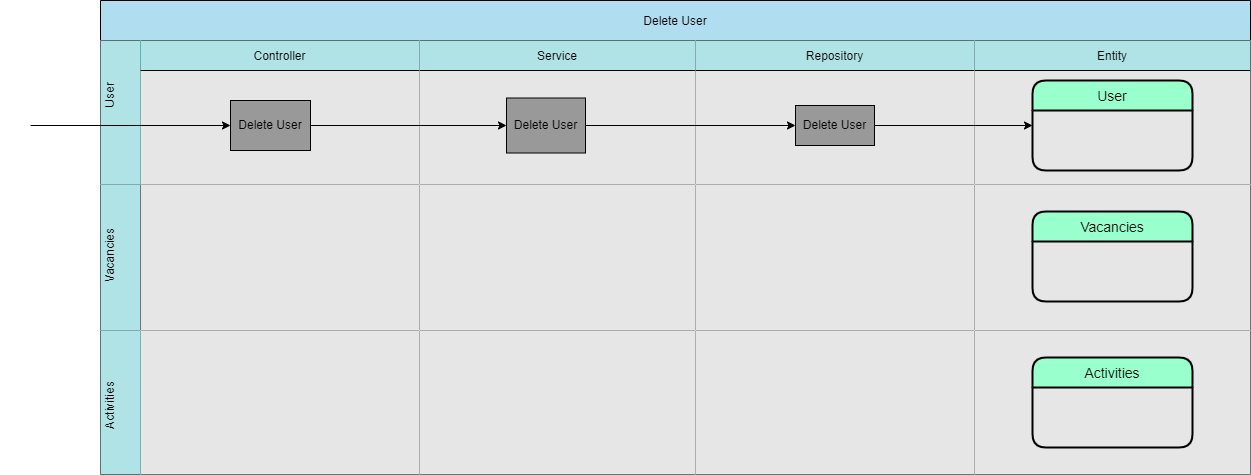
The draw.io diagram documents/asd/VAC-ASD-Delete-User-AS-v1.png in AaronSaya/educom-symfony-1690191754, before a commit. Source tidied: cells renumbered, new cells last; positions are measured from the earlier drawing's top-left corner, leaving out a move shared by most shapes.
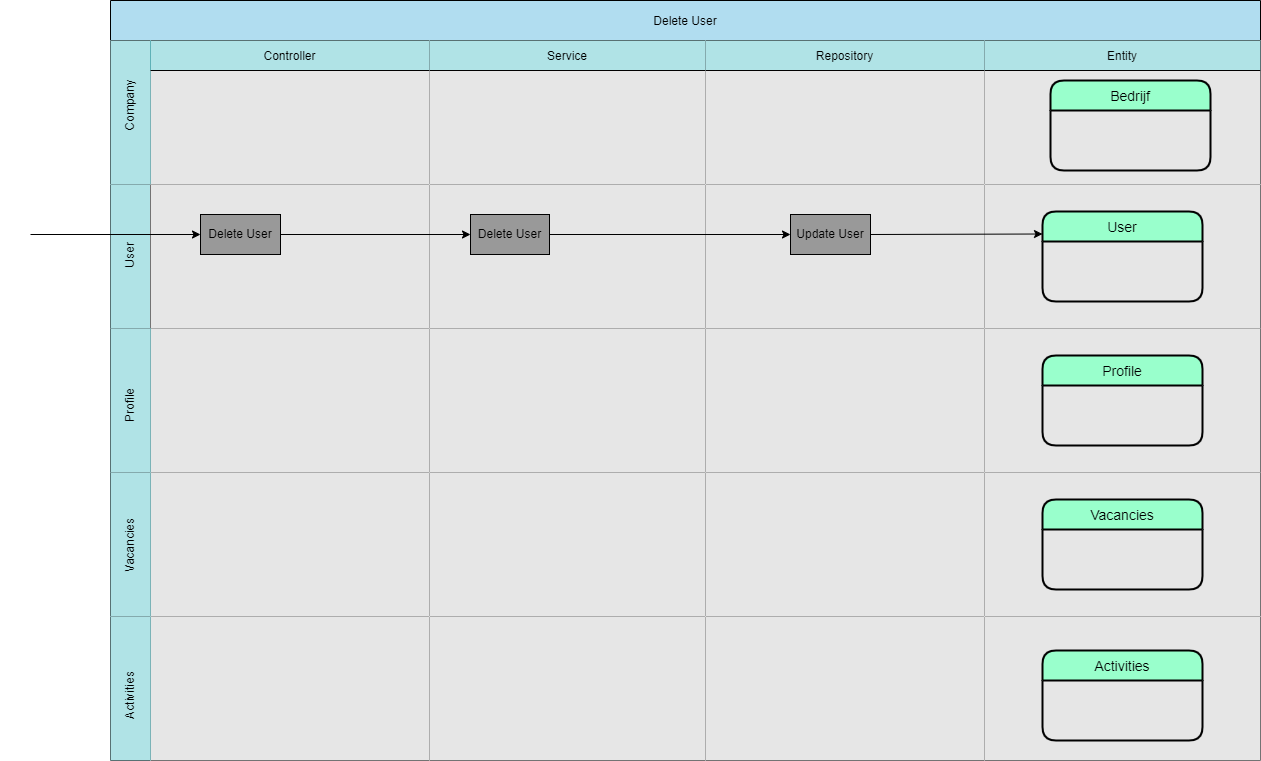
After the change.

What changed in the source:
```diff
@@ -3,7 +3,7 @@
     <mxCell id="0" />
     <mxCell id="1" parent="0" />
     <mxCell id="2" value="Delete User" style="shape=table;startSize=40;fillColor=#b1ddf0;strokeColor=#000000;fontColor=#000000;" parent="1" vertex="1">
-      <mxGeometry x="100" width="1150" height="474" as="geometry" />
+      <mxGeometry x="90" width="1150" height="760" as="geometry" />
     </mxCell>
     <mxCell id="3" style="shape=tableRow;horizontal=0;swimlaneHead=0;swimlaneBody=0;top=0;left=0;bottom=0;right=0;fontStyle=0;fillColor=#b0e3e6;startSize=40;strokeColor=#0e8088;fontColor=#000000;" parent="2" vertex="1">
       <mxGeometry y="40" width="1150" height="144" as="geometry" />
@@ -11,86 +11,128 @@
     <mxCell id="4" value="Controller" style="swimlane;swimlaneHead=0;swimlaneBody=0;fontStyle=0;fillColor=#b0e3e6;startSize=30;strokeColor=#000000;fontColor=#000000;swimlaneFillColor=#E6E6E6;" parent="3" vertex="1">
       <mxGeometry x="40" width="279" height="144" as="geometry" />
     </mxCell>
-    <mxCell id="5" value="&lt;span style=&quot;&quot;&gt;Delete&amp;nbsp;&lt;/span&gt;User" style="whiteSpace=wrap;html=1;fillColor=#999999;fillStyle=auto;fontColor=#000000;" parent="4" vertex="1">
-      <mxGeometry x="90" y="60" width="80" height="50" as="geometry" />
-    </mxCell>
     <mxCell id="6" value="Service" style="swimlane;swimlaneHead=0;swimlaneBody=0;fontStyle=0;fillColor=#b0e3e6;startSize=30;strokeColor=#000000;fontColor=#000000;swimlaneFillColor=#E6E6E6;" parent="3" vertex="1">
       <mxGeometry x="319" width="276" height="144" as="geometry" />
     </mxCell>
-    <mxCell id="7" value="&lt;span style=&quot;&quot;&gt;Delete&amp;nbsp;&lt;/span&gt;User" style="whiteSpace=wrap;html=1;fillColor=#999999;fontColor=#000000;" parent="6" vertex="1">
-      <mxGeometry x="87" y="57.5" width="79" height="55" as="geometry" />
-    </mxCell>
     <mxCell id="8" value="Repository" style="swimlane;swimlaneHead=0;swimlaneBody=0;fontStyle=0;fillColor=#b0e3e6;startSize=30;strokeColor=#000000;fontColor=#000000;swimlaneFillColor=#E6E6E6;" parent="3" vertex="1">
       <mxGeometry x="595" width="279" height="144" as="geometry" />
     </mxCell>
-    <mxCell id="9" value="&lt;span style=&quot;&quot;&gt;Delete&amp;nbsp;&lt;/span&gt;User" style="whiteSpace=wrap;html=1;fillColor=#999999;fontColor=#000000;" parent="8" vertex="1">
-      <mxGeometry x="100" y="65" width="79" height="40" as="geometry" />
-    </mxCell>
     <mxCell id="10" value="Entity" style="swimlane;swimlaneHead=0;swimlaneBody=0;fontStyle=0;fillColor=#b0e3e6;startSize=30;strokeColor=#000000;fontColor=#000000;swimlaneFillColor=#E6E6E6;" parent="3" vertex="1">
       <mxGeometry x="874" width="276" height="144" as="geometry" />
     </mxCell>
+    <mxCell id="32" value="Bedrijf" style="swimlane;horizontal=1;startSize=30;rounded=1;fontSize=14;fontStyle=0;strokeWidth=2;shadow=0;dashed=0;align=center;fillColor=#99FFCC;strokeColor=#000000;fontColor=#000000;" parent="10" vertex="1">
+      <mxGeometry x="66" y="40" width="160" height="90" as="geometry" />
+    </mxCell>
+    <mxCell id="33" style="shape=tableRow;horizontal=0;swimlaneHead=0;swimlaneBody=0;top=0;left=0;bottom=0;right=0;fontStyle=0;fillColor=#b0e3e6;startSize=40;strokeColor=#000000;" parent="2" vertex="1">
+      <mxGeometry y="184" width="1150" height="144" as="geometry" />
+    </mxCell>
+    <mxCell id="34" style="swimlane;swimlaneHead=0;swimlaneBody=0;fontStyle=0;fillColor=none;startSize=0;swimlaneFillColor=#E6E6E6;strokeColor=#000000;" parent="33" vertex="1">
+      <mxGeometry x="40" width="279" height="144" as="geometry" />
+    </mxCell>
+    <mxCell id="35" value="Delete User" style="whiteSpace=wrap;html=1;fillColor=#999999;fillStyle=auto;fontColor=#000000;" parent="34" vertex="1">
+      <mxGeometry x="50" y="30" width="80" height="40" as="geometry" />
+    </mxCell>
+    <mxCell id="36" style="swimlane;swimlaneHead=0;swimlaneBody=0;fontStyle=0;fillColor=none;startSize=0;swimlaneFillColor=#E6E6E6;strokeColor=#000000;fontColor=#000000;" parent="33" vertex="1">
+      <mxGeometry x="319" width="276" height="144" as="geometry" />
+    </mxCell>
+    <mxCell id="37" value="Delete User" style="whiteSpace=wrap;html=1;fillColor=#999999;fontColor=#000000;" parent="36" vertex="1">
+      <mxGeometry x="41" y="30" width="79" height="40" as="geometry" />
+    </mxCell>
+    <mxCell id="38" style="swimlane;swimlaneHead=0;swimlaneBody=0;fontStyle=0;fillColor=none;startSize=0;swimlaneFillColor=#E6E6E6;strokeColor=#000000;" parent="33" vertex="1">
+      <mxGeometry x="595" width="279" height="144" as="geometry" />
+    </mxCell>
+    <mxCell id="39" value="Update User" style="whiteSpace=wrap;html=1;fillColor=#999999;fontColor=#000000;" parent="38" vertex="1">
+      <mxGeometry x="85" y="30" width="80" height="40" as="geometry" />
+    </mxCell>
+    <mxCell id="40" style="swimlane;swimlaneHead=0;swimlaneBody=0;fontStyle=0;fillColor=none;startSize=0;swimlaneFillColor=#E6E6E6;strokeColor=#000000;" parent="33" vertex="1">
+      <mxGeometry x="874" width="276" height="144" as="geometry" />
+    </mxCell>
-    <mxCell id="11" value="User" style="swimlane;horizontal=1;startSize=30;rounded=1;fontSize=14;fontStyle=0;strokeWidth=2;shadow=0;dashed=0;align=center;fillColor=#99FFCC;strokeColor=#000000;fontColor=#000000;" parent="10" vertex="1">
-      <mxGeometry x="58" y="40" width="160" height="90" as="geometry" />
+    <mxCell id="11" value="User" style="swimlane;horizontal=1;startSize=30;rounded=1;fontSize=14;fontStyle=0;strokeWidth=2;shadow=0;dashed=0;align=center;fillColor=#99FFCC;strokeColor=#000000;fontColor=#000000;" parent="40" vertex="1">
+      <mxGeometry x="58" y="27" width="160" height="90" as="geometry" />
     </mxCell>
-    <mxCell id="12" style="edgeStyle=none;html=1;entryX=0;entryY=0.5;entryDx=0;entryDy=0;strokeColor=#000000;" parent="3" edge="1" source="5" target="7">
-      <mxGeometry relative="1" as="geometry" />
-    </mxCell>
-    <mxCell id="13" style="edgeStyle=none;html=1;entryX=0;entryY=0.5;entryDx=0;entryDy=0;strokeColor=#000000;" parent="3" edge="1" source="7" target="9">
-      <mxGeometry relative="1" as="geometry" />
-    </mxCell>
-    <mxCell id="14" style="edgeStyle=none;html=1;entryX=0;entryY=0.5;entryDx=0;entryDy=0;strokeColor=#000000;" parent="3" edge="1" source="9" target="11">
-      <mxGeometry relative="1" as="geometry" />
-    </mxCell>
-    <mxCell id="15" style="shape=tableRow;horizontal=0;swimlaneHead=0;swimlaneBody=0;top=0;left=0;bottom=0;right=0;fontStyle=0;fillColor=#b0e3e6;startSize=40;strokeColor=#000000;" parent="2" vertex="1">
-      <mxGeometry y="184" width="1150" height="146" as="geometry" />
-    </mxCell>
-    <mxCell id="16" style="swimlane;swimlaneHead=0;swimlaneBody=0;fontStyle=0;fillColor=none;startSize=0;swimlaneFillColor=#E6E6E6;strokeColor=#000000;" parent="15" vertex="1">
-      <mxGeometry x="40" width="279" height="146" as="geometry" />
-    </mxCell>
-    <mxCell id="17" style="swimlane;swimlaneHead=0;swimlaneBody=0;fontStyle=0;fillColor=none;startSize=0;swimlaneFillColor=#E6E6E6;strokeColor=#000000;fontColor=#000000;" parent="15" vertex="1">
-      <mxGeometry x="319" width="276" height="146" as="geometry" />
-    </mxCell>
-    <mxCell id="18" style="swimlane;swimlaneHead=0;swimlaneBody=0;fontStyle=0;fillColor=none;startSize=0;swimlaneFillColor=#E6E6E6;strokeColor=#000000;" parent="15" vertex="1">
-      <mxGeometry x="595" width="279" height="146" as="geometry" />
-    </mxCell>
-    <mxCell id="19" style="swimlane;swimlaneHead=0;swimlaneBody=0;fontStyle=0;fillColor=none;startSize=0;swimlaneFillColor=#E6E6E6;strokeColor=#000000;" parent="15" vertex="1">
-      <mxGeometry x="874" width="276" height="146" as="geometry" />
-    </mxCell>
+    <mxCell id="41" style="edgeStyle=none;html=1;entryX=0;entryY=0.5;entryDx=0;entryDy=0;strokeColor=#000000;" parent="33" edge="1" source="35" target="37">
+      <mxGeometry relative="1" as="geometry" />
+    </mxCell>
+    <mxCell id="42" style="edgeStyle=none;html=1;strokeColor=#000000;" parent="33" edge="1" source="37" target="39">
+      <mxGeometry relative="1" as="geometry" />
+    </mxCell>
+    <mxCell id="43" style="edgeStyle=none;html=1;exitX=1;exitY=0.5;exitDx=0;exitDy=0;entryX=0;entryY=0.25;entryDx=0;entryDy=0;strokeColor=#000000;fontColor=#FFFFFF;" parent="33" edge="1" source="39" target="11">
+      <mxGeometry relative="1" as="geometry" />
+    </mxCell>
+    <mxCell id="44" style="shape=tableRow;horizontal=0;swimlaneHead=0;swimlaneBody=0;top=0;left=0;bottom=0;right=0;fontStyle=0;fillColor=#b0e3e6;startSize=40;strokeColor=#0e8088;" parent="2" vertex="1">
+      <mxGeometry y="328" width="1150" height="144" as="geometry" />
+    </mxCell>
+    <mxCell id="45" style="swimlane;swimlaneHead=0;swimlaneBody=0;fontStyle=0;fillColor=none;startSize=0;swimlaneFillColor=#E6E6E6;strokeColor=#000000;" parent="44" vertex="1">
+      <mxGeometry x="40" width="279" height="144" as="geometry" />
+    </mxCell>
+    <mxCell id="46" style="swimlane;swimlaneHead=0;swimlaneBody=0;fontStyle=0;fillColor=none;startSize=0;swimlaneFillColor=#E6E6E6;strokeColor=#000000;" parent="44" vertex="1">
+      <mxGeometry x="319" width="276" height="144" as="geometry" />
+    </mxCell>
+    <mxCell id="24" style="swimlane;swimlaneHead=0;swimlaneBody=0;fontStyle=0;fillColor=none;startSize=0;fontColor=#000000;swimlaneFillColor=#E6E6E6;strokeColor=#000000;" parent="44" vertex="1">
+      <mxGeometry x="595" width="279" height="144" as="geometry" />
+    </mxCell>
+    <mxCell id="47" style="swimlane;swimlaneHead=0;swimlaneBody=0;fontStyle=0;fillColor=none;startSize=0;swimlaneFillColor=#E6E6E6;strokeColor=#000000;" parent="44" vertex="1">
+      <mxGeometry x="874" width="276" height="144" as="geometry" />
+    </mxCell>
+    <mxCell id="48" value="Profile" style="swimlane;horizontal=1;startSize=30;rounded=1;fontSize=14;fontStyle=0;strokeWidth=2;shadow=0;dashed=0;align=center;fillColor=#99FFCC;strokeColor=#000000;fontColor=#000000;" parent="47" vertex="1">
+      <mxGeometry x="58" y="27" width="160" height="90" as="geometry" />
+    </mxCell>
+    <mxCell id="49" style="shape=tableRow;horizontal=0;swimlaneHead=0;swimlaneBody=0;top=0;left=0;bottom=0;right=0;fontStyle=0;fillColor=#b0e3e6;startSize=40;strokeColor=#0e8088;" parent="2" vertex="1">
+      <mxGeometry y="472" width="1150" height="144" as="geometry" />
+    </mxCell>
+    <mxCell id="50" style="swimlane;swimlaneHead=0;swimlaneBody=0;fontStyle=0;fillColor=none;startSize=0;swimlaneFillColor=#E6E6E6;strokeColor=#000000;" parent="49" vertex="1">
+      <mxGeometry x="40" width="279" height="144" as="geometry" />
+    </mxCell>
+    <mxCell id="51" style="swimlane;swimlaneHead=0;swimlaneBody=0;fontStyle=0;fillColor=none;startSize=0;swimlaneFillColor=#E6E6E6;strokeColor=#000000;" parent="49" vertex="1">
+      <mxGeometry x="319" width="276" height="144" as="geometry" />
+    </mxCell>
+    <mxCell id="52" style="swimlane;swimlaneHead=0;swimlaneBody=0;fontStyle=0;fillColor=none;startSize=0;swimlaneFillColor=#E6E6E6;strokeColor=#000000;" parent="49" vertex="1">
+      <mxGeometry x="595" width="279" height="144" as="geometry" />
+    </mxCell>
+    <mxCell id="53" style="swimlane;swimlaneHead=0;swimlaneBody=0;fontStyle=0;fillColor=none;startSize=0;swimlaneFillColor=#E6E6E6;" parent="49" vertex="1">
+      <mxGeometry x="874" width="276" height="144" as="geometry" />
+    </mxCell>
-    <mxCell id="20" value="Vacancies" style="swimlane;horizontal=1;startSize=30;rounded=1;fontSize=14;fontStyle=0;strokeWidth=2;shadow=0;dashed=0;align=center;fillColor=#99FFCC;strokeColor=#000000;fontColor=#000000;" parent="19" vertex="1">
+    <mxCell id="20" value="Vacancies" style="swimlane;horizontal=1;startSize=30;rounded=1;fontSize=14;fontStyle=0;strokeWidth=2;shadow=0;dashed=0;align=center;fillColor=#99FFCC;strokeColor=#000000;fontColor=#000000;" parent="53" vertex="1">
       <mxGeometry x="58" y="27" width="160" height="90" as="geometry" />
     </mxCell>
-    <mxCell id="21" style="shape=tableRow;horizontal=0;swimlaneHead=0;swimlaneBody=0;top=0;left=0;bottom=0;right=0;fontStyle=0;fillColor=#b0e3e6;startSize=40;strokeColor=#0e8088;" parent="2" vertex="1">
-      <mxGeometry y="330" width="1150" height="144" as="geometry" />
-    </mxCell>
-    <mxCell id="22" style="swimlane;swimlaneHead=0;swimlaneBody=0;fontStyle=0;fillColor=none;startSize=0;swimlaneFillColor=#E6E6E6;strokeColor=#000000;" parent="21" vertex="1">
-      <mxGeometry x="40" width="279" height="144" as="geometry" />
-    </mxCell>
-    <mxCell id="23" style="swimlane;swimlaneHead=0;swimlaneBody=0;fontStyle=0;fillColor=none;startSize=0;swimlaneFillColor=#E6E6E6;strokeColor=#000000;" parent="21" vertex="1">
-      <mxGeometry x="319" width="276" height="144" as="geometry" />
-    </mxCell>
-    <mxCell id="24" style="swimlane;swimlaneHead=0;swimlaneBody=0;fontStyle=0;fillColor=none;startSize=0;fontColor=#000000;swimlaneFillColor=#E6E6E6;strokeColor=#000000;" parent="21" vertex="1">
-      <mxGeometry x="595" width="279" height="144" as="geometry" />
-    </mxCell>
-    <mxCell id="25" style="swimlane;swimlaneHead=0;swimlaneBody=0;fontStyle=0;fillColor=none;startSize=0;swimlaneFillColor=#E6E6E6;strokeColor=#000000;" parent="21" vertex="1">
-      <mxGeometry x="874" width="276" height="144" as="geometry" />
-    </mxCell>
+    <mxCell id="54" style="shape=tableRow;horizontal=0;swimlaneHead=0;swimlaneBody=0;top=0;left=0;bottom=0;right=0;fontStyle=0;fillColor=#b0e3e6;startSize=40;strokeColor=#0e8088;" parent="2" vertex="1">
+      <mxGeometry y="616" width="1150" height="144" as="geometry" />
+    </mxCell>
+    <mxCell id="55" style="swimlane;swimlaneHead=0;swimlaneBody=0;fontStyle=0;fillColor=none;startSize=0;swimlaneFillColor=#E6E6E6;strokeColor=#000000;" parent="54" vertex="1">
+      <mxGeometry x="40" width="279" height="144" as="geometry" />
+    </mxCell>
+    <mxCell id="56" style="swimlane;swimlaneHead=0;swimlaneBody=0;fontStyle=0;fillColor=none;startSize=0;swimlaneFillColor=#E6E6E6;strokeColor=#000000;" parent="54" vertex="1">
+      <mxGeometry x="319" width="276" height="144" as="geometry" />
+    </mxCell>
+    <mxCell id="57" style="swimlane;swimlaneHead=0;swimlaneBody=0;fontStyle=0;fillColor=none;startSize=0;swimlaneFillColor=#E6E6E6;strokeColor=#000000;" parent="54" vertex="1">
+      <mxGeometry x="595" width="279" height="144" as="geometry" />
+    </mxCell>
+    <mxCell id="58" style="swimlane;swimlaneHead=0;swimlaneBody=0;fontStyle=0;fillColor=none;startSize=0;swimlaneFillColor=#E6E6E6;strokeColor=#000000;" parent="54" vertex="1">
+      <mxGeometry x="874" width="276" height="144" as="geometry" />
+    </mxCell>
-    <mxCell id="26" value="Activities" style="swimlane;horizontal=1;startSize=30;rounded=1;fontSize=14;fontStyle=0;strokeWidth=2;shadow=0;dashed=0;align=center;fillColor=#99FFCC;strokeColor=#000000;fontColor=#000000;" parent="25" vertex="1">
-      <mxGeometry x="58" y="27" width="160" height="90" as="geometry" />
+    <mxCell id="26" value="Activities" style="swimlane;horizontal=1;startSize=30;rounded=1;fontSize=14;fontStyle=0;strokeWidth=2;shadow=0;dashed=0;align=center;fillColor=#99FFCC;strokeColor=#000000;fontColor=#000000;" parent="58" vertex="1">
+      <mxGeometry x="58" y="34" width="160" height="90" as="geometry" />
     </mxCell>
+    <mxCell id="59" value="&lt;font color=&quot;#000000&quot;&gt;Company&lt;/font&gt;" style="text;strokeColor=none;align=center;fillColor=none;html=1;verticalAlign=middle;whiteSpace=wrap;rounded=0;rotation=-90;" parent="1" vertex="1">
+      <mxGeometry x="80" y="90" width="60" height="30" as="geometry" />
+    </mxCell>
     <mxCell id="27" value="&lt;font color=&quot;#000000&quot;&gt;User&lt;/font&gt;" style="text;strokeColor=none;align=center;fillColor=none;html=1;verticalAlign=middle;whiteSpace=wrap;rounded=0;rotation=-90;" parent="1" vertex="1">
-      <mxGeometry x="80" y="80" width="60" height="30" as="geometry" />
+      <mxGeometry x="80" y="240" width="60" height="30" as="geometry" />
     </mxCell>
+    <mxCell id="60" value="&lt;font color=&quot;#000000&quot;&gt;Profile&lt;/font&gt;" style="text;strokeColor=none;align=center;fillColor=none;html=1;verticalAlign=middle;whiteSpace=wrap;rounded=0;rotation=-90;" parent="1" vertex="1">
+      <mxGeometry x="80" y="390" width="60" height="30" as="geometry" />
+    </mxCell>
     <mxCell id="28" value="&lt;font color=&quot;#000000&quot;&gt;Vacancies&lt;/font&gt;" style="text;strokeColor=none;align=center;fillColor=none;html=1;verticalAlign=middle;whiteSpace=wrap;rounded=0;rotation=-90;" parent="1" vertex="1">
-      <mxGeometry x="80" y="240" width="60" height="30" as="geometry" />
+      <mxGeometry x="80" y="530" width="60" height="30" as="geometry" />
     </mxCell>
     <mxCell id="29" value="&lt;font color=&quot;#000000&quot;&gt;Activities&lt;/font&gt;" style="text;strokeColor=none;align=center;fillColor=none;html=1;verticalAlign=middle;whiteSpace=wrap;rounded=0;rotation=-90;" parent="1" vertex="1">
-      <mxGeometry x="80" y="390" width="60" height="30" as="geometry" />
+      <mxGeometry x="80" y="680" width="60" height="30" as="geometry" />
     </mxCell>
-    <mxCell id="30" style="edgeStyle=none;html=1;strokeColor=#000000;" parent="1" edge="1" source="31" target="5">
-      <mxGeometry relative="1" as="geometry" />
-    </mxCell>
+    <mxCell id="61" style="edgeStyle=none;html=1;" parent="1" edge="1" source="31" target="35">
+      <mxGeometry relative="1" as="geometry" />
+    </mxCell>
     <mxCell id="31" value="&lt;font color=&quot;#ffffff&quot;&gt;Actor&lt;/font&gt;" style="shape=umlActor;verticalLabelPosition=bottom;verticalAlign=top;html=1;outlineConnect=0;strokeColor=#FFFFFF;fillColor=none;" parent="1" vertex="1">
-      <mxGeometry y="95" width="30" height="60" as="geometry" />
+      <mxGeometry x="-20" y="204" width="30" height="60" as="geometry" />
     </mxCell>
   </root>
 </mxGraphModel>
```
